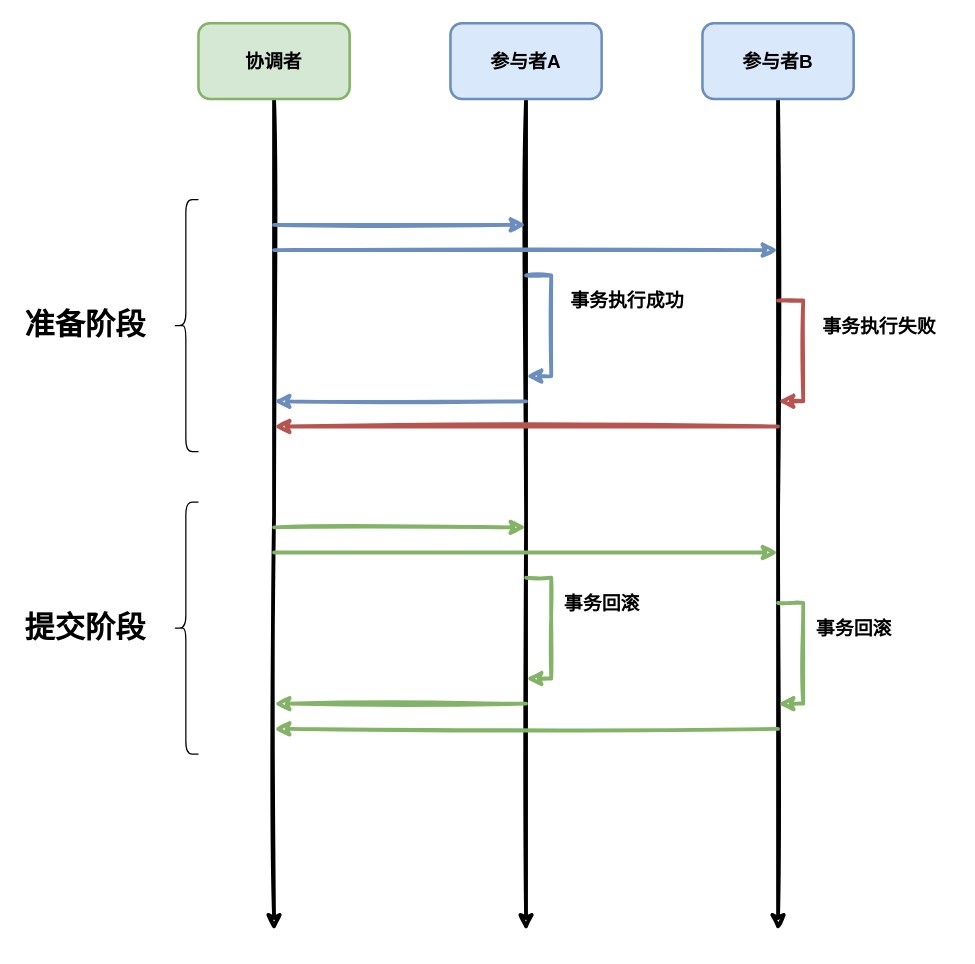
Before: distributed/2pc-2.drawio in donscoco/diagrams, a draw.io diagram. Source tidied: cells renumbered, new cells numbered last; positions are measured from the earlier drawing's top-left corner, leaving out a move shared by most shapes. Both pictures are drawn from the tidied source at 126%, with x=0, y=0 at pixel (21, 23).
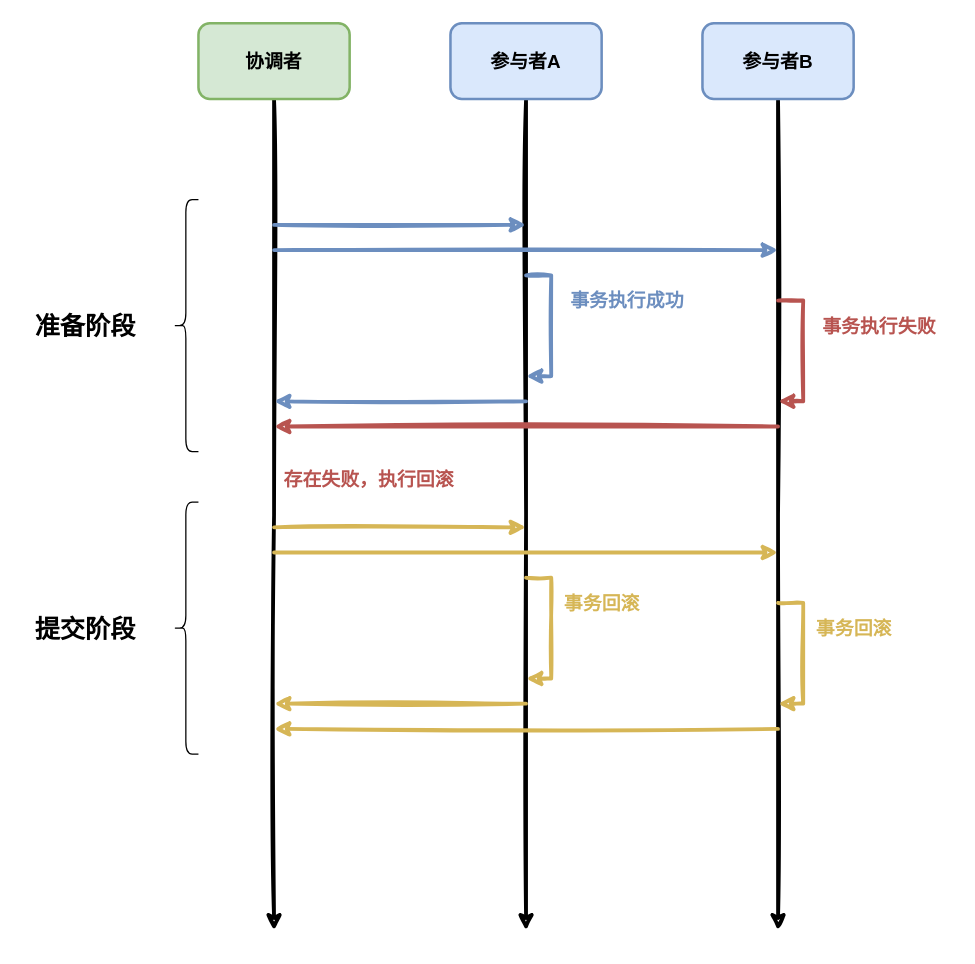
The same page after the edit.

The edit, as a diff of the source:
```diff
@@
-    <mxCell id="14" style="endArrow=classic;html=1;rounded=0;sketch=1;strokeWidth=3;fontSize=14;fillColor=#d5e8d4;strokeColor=#82b366;" parent="1" edge="1">
+    <mxCell id="14" style="endArrow=classic;html=1;rounded=0;sketch=1;strokeWidth=3;fontSize=14;fillColor=#fff2cc;strokeColor=#d6b656;" parent="1" edge="1">
       <mxGeometry relative="1" as="geometry">
         <mxPoint x="200" y="400" as="sourcePoint" />
         <mxPoint x="400" y="400" as="targetPoint" />
       </mxGeometry>
     </mxCell>
-    <mxCell id="15" style="endArrow=classic;html=1;rounded=0;sketch=1;strokeWidth=3;fontSize=15;fillColor=#d5e8d4;strokeColor=#82b366;" parent="1" edge="1">
+    <mxCell id="15" style="endArrow=classic;html=1;rounded=0;sketch=1;strokeWidth=3;fontSize=15;fillColor=#fff2cc;strokeColor=#d6b656;" parent="1" edge="1">
       <mxGeometry relative="1" as="geometry">
         <mxPoint x="400" y="540" as="sourcePoint" />
         <mxPoint x="200" y="540" as="targetPoint" />
       </mxGeometry>
     </mxCell>
-    <mxCell id="16" style="endArrow=classic;html=1;rounded=0;sketch=1;strokeWidth=3;fontSize=14;fillColor=#d5e8d4;strokeColor=#82b366;" parent="1" edge="1">
+    <mxCell id="16" style="endArrow=classic;html=1;rounded=0;sketch=1;strokeWidth=3;fontSize=14;fillColor=#fff2cc;strokeColor=#d6b656;" parent="1" edge="1">
       <mxGeometry relative="1" as="geometry">
         <mxPoint x="400" y="440" as="sourcePoint" />
         <mxPoint x="400" y="520" as="targetPoint" />
         <Array as="points">
           <mxPoint x="420" y="440" />
           <mxPoint x="420" y="520" />
         </Array>
       </mxGeometry>
     </mxCell>
-    <mxCell id="17" style="endArrow=classic;html=1;rounded=0;sketch=1;strokeWidth=3;fontSize=14;fillColor=#d5e8d4;strokeColor=#82b366;" parent="1" edge="1">
+    <mxCell id="17" style="endArrow=classic;html=1;rounded=0;sketch=1;strokeWidth=3;fontSize=14;fillColor=#fff2cc;strokeColor=#d6b656;" parent="1" edge="1">
       <mxGeometry relative="1" as="geometry">
         <mxPoint x="200" y="420" as="sourcePoint" />
         <mxPoint x="600" y="420" as="targetPoint" />
       </mxGeometry>
     </mxCell>
-    <mxCell id="18" style="endArrow=classic;html=1;rounded=0;sketch=1;strokeWidth=3;fontSize=15;fillColor=#d5e8d4;strokeColor=#82b366;" parent="1" edge="1">
+    <mxCell id="18" style="endArrow=classic;html=1;rounded=0;sketch=1;strokeWidth=3;fontSize=15;fillColor=#fff2cc;strokeColor=#d6b656;" parent="1" edge="1">
       <mxGeometry relative="1" as="geometry">
         <mxPoint x="600" y="560" as="sourcePoint" />
         <mxPoint x="200" y="560" as="targetPoint" />
       </mxGeometry>
     </mxCell>
-    <mxCell id="19" style="endArrow=classic;html=1;rounded=0;sketch=1;strokeWidth=3;fontSize=14;fillColor=#d5e8d4;strokeColor=#82b366;" parent="1" edge="1">
+    <mxCell id="19" style="endArrow=classic;html=1;rounded=0;sketch=1;strokeWidth=3;fontSize=14;fillColor=#fff2cc;strokeColor=#d6b656;" parent="1" edge="1">
       <mxGeometry relative="1" as="geometry">
         <mxPoint x="600" y="460" as="sourcePoint" />
         <mxPoint x="600" y="540" as="targetPoint" />
         <Array as="points">
           <mxPoint x="620" y="460" />
           <mxPoint x="620" y="540" />
         </Array>
       </mxGeometry>
     </mxCell>
@@
-    <mxCell id="21" value="准备阶段" style="text;strokeColor=none;fillColor=none;html=1;fontSize=24;fontStyle=1;verticalAlign=middle;align=center;" parent="1" vertex="1">
+    <mxCell id="21" value="准备阶段" style="text;strokeColor=none;fillColor=none;html=1;fontSize=20;fontStyle=1;verticalAlign=middle;align=center;" parent="1" vertex="1">
       <mxGeometry y="220" width="100" height="40" as="geometry" />
     </mxCell>
@@
-    <mxCell id="23" value="提交阶段" style="text;strokeColor=none;fillColor=none;html=1;fontSize=24;fontStyle=1;verticalAlign=middle;align=center;" parent="1" vertex="1">
+    <mxCell id="23" value="提交阶段" style="text;strokeColor=none;fillColor=none;html=1;fontSize=20;fontStyle=1;verticalAlign=middle;align=center;" parent="1" vertex="1">
       <mxGeometry y="460" width="100" height="40" as="geometry" />
     </mxCell>
-    <mxCell id="24" value="事务执行失败" style="text;strokeColor=none;fillColor=none;html=1;fontSize=15;fontStyle=1;verticalAlign=middle;align=center;" parent="1" vertex="1">
+    <mxCell id="24" value="事务执行失败" style="text;html=1;fontSize=15;fontStyle=1;verticalAlign=middle;align=center;fontColor=#B85450;" parent="1" vertex="1">
       <mxGeometry x="620" y="220" width="120" height="40" as="geometry" />
     </mxCell>
-    <mxCell id="25" value="事务执行成功" style="text;strokeColor=none;fillColor=none;html=1;fontSize=15;fontStyle=1;verticalAlign=middle;align=center;" parent="1" vertex="1">
+    <mxCell id="25" value="事务执行成功" style="text;html=1;fontSize=15;fontStyle=1;verticalAlign=middle;align=center;fontColor=#6C8EBF;" parent="1" vertex="1">
       <mxGeometry x="420" y="200" width="120" height="40" as="geometry" />
     </mxCell>
-    <mxCell id="26" value="事务回滚" style="text;strokeColor=none;fillColor=none;html=1;fontSize=15;fontStyle=1;verticalAlign=middle;align=center;" parent="1" vertex="1">
+    <mxCell id="26" value="事务回滚" style="text;html=1;fontSize=15;fontStyle=1;verticalAlign=middle;align=center;fontColor=#D6B656;" parent="1" vertex="1">
       <mxGeometry x="420" y="440" width="80" height="40" as="geometry" />
     </mxCell>
-    <mxCell id="27" value="事务回滚" style="text;strokeColor=none;fillColor=none;html=1;fontSize=15;fontStyle=1;verticalAlign=middle;align=center;" parent="1" vertex="1">
+    <mxCell id="27" value="事务回滚" style="text;strokeColor=none;fillColor=none;html=1;fontSize=15;fontStyle=1;verticalAlign=middle;align=center;fontColor=#D6B656;" parent="1" vertex="1">
       <mxGeometry x="620" y="460" width="80" height="40" as="geometry" />
     </mxCell>
+    <mxCell id="28" value="&lt;span style=&quot;font-size: 15px;&quot;&gt;存在失败，执行回滚&lt;/span&gt;" style="text;html=1;fontSize=20;fontStyle=1;verticalAlign=middle;align=center;labelBackgroundColor=none;fontColor=#B85450;" parent="1" vertex="1">
+      <mxGeometry x="200" y="340" width="150" height="40" as="geometry" />
+    </mxCell>
```
